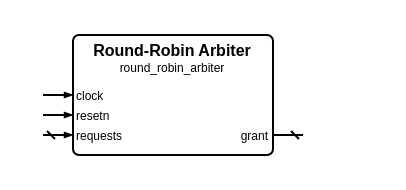
Above: sources/arbiter/round_robin_arbiter/round_robin_arbiter.symbol.drawio in Louis-DR/OmniCores-BuildingBlocks (draw.io), before the change. Source tidied: cells renumbered, new cells numbered last; positions are measured from the earlier drawing's top-left corner, leaving out a move shared by most shapes. Both pictures are drawn from the tidied source at 200%, with x=0, y=0 at pixel (42, 34).
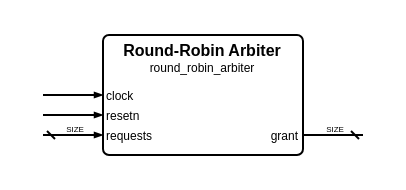
The same diagram, later.

The edit, as a diff of the source:
```diff
@@
 <mxGraphModel>
   <root>
     <mxCell id="0" />
     <mxCell id="1" parent="0" />
     <mxCell id="2" style="group;" parent="1" vertex="1">
-      <mxGeometry width="130" height="60" as="geometry" />
+      <mxGeometry width="160" height="60" as="geometry" />
     </mxCell>
     <mxCell id="3" style="rounded=1;arcSize=5;fillColor=none;strokeWidth=1;strokeColor=black;whiteSpace=wrap;html=1;" parent="2" vertex="1">
-      <mxGeometry x="15" width="100" height="60" as="geometry" />
+      <mxGeometry x="30" width="100" height="60" as="geometry" />
     </mxCell>
     <mxCell id="4" value="Round-Robin Arbiter" style="text;html=1;align=center;verticalAlign=middle;whiteSpace=wrap;rounded=0;fontSize=8;fontStyle=1;fontColor=black;" parent="2" vertex="1">
-      <mxGeometry x="15" y="7" width="100" as="geometry" />
+      <mxGeometry x="30" y="7" width="100" as="geometry" />
     </mxCell>
     <mxCell id="5" value="round_robin_arbiter" style="text;html=1;align=center;verticalAlign=middle;whiteSpace=wrap;rounded=0;fontSize=6;fontStyle=0;fontColor=black;" parent="2" vertex="1">
-      <mxGeometry x="15" y="16" width="100" as="geometry" />
+      <mxGeometry x="30" y="16" width="100" as="geometry" />
     </mxCell>
     <mxCell id="6" value="clock" style="text;html=1;align=left;verticalAlign=middle;whiteSpace=wrap;rounded=0;fontSize=6;fontStyle=0;fontColor=black;" parent="2" vertex="1">
-      <mxGeometry x="15" y="30" width="100" as="geometry" />
+      <mxGeometry x="30" y="30" width="100" as="geometry" />
     </mxCell>
     <mxCell id="7" style="html=1;rounded=1;strokeWidth=1;strokeColor=black;startFill=0;startSize=2;startArrow=none;endFill=1;endSize=2;endArrow=blockThin;sourcePerimeterSpacing=0;" parent="2" edge="1">
       <mxGeometry relative="1" as="geometry">
         <mxPoint y="30" as="sourcePoint" />
-        <mxPoint x="15" y="30" as="targetPoint" />
+        <mxPoint x="30" y="30" as="targetPoint" />
       </mxGeometry>
     </mxCell>
     <mxCell id="8" value="resetn" style="text;html=1;align=left;verticalAlign=middle;whiteSpace=wrap;rounded=0;fontSize=6;fontStyle=0;fontColor=black;" parent="2" vertex="1">
-      <mxGeometry x="15" y="40" width="100" as="geometry" />
+      <mxGeometry x="30" y="40" width="100" as="geometry" />
     </mxCell>
     <mxCell id="9" style="html=1;rounded=1;strokeWidth=1;strokeColor=black;startFill=0;startSize=2;startArrow=none;endFill=1;endSize=2;endArrow=blockThin;sourcePerimeterSpacing=0;" parent="2" edge="1">
       <mxGeometry relative="1" as="geometry">
         <mxPoint y="40" as="sourcePoint" />
-        <mxPoint x="15" y="40" as="targetPoint" />
+        <mxPoint x="30" y="40" as="targetPoint" />
       </mxGeometry>
     </mxCell>
     <mxCell id="10" value="requests" style="text;html=1;align=left;verticalAlign=middle;whiteSpace=wrap;rounded=0;fontSize=6;fontStyle=0;fontColor=black;" parent="2" vertex="1">
-      <mxGeometry x="15" y="50" width="100" as="geometry" />
+      <mxGeometry x="30" y="50" width="100" as="geometry" />
     </mxCell>
     <mxCell id="11" style="html=1;rounded=1;strokeWidth=1;strokeColor=black;startFill=0;startSize=2;startArrow=dash;endFill=1;endSize=2;endArrow=blockThin;sourcePerimeterSpacing=0;" parent="2" edge="1">
       <mxGeometry relative="1" as="geometry">
         <mxPoint y="50" as="sourcePoint" />
-        <mxPoint x="15" y="50" as="targetPoint" />
+        <mxPoint x="30" y="50" as="targetPoint" />
       </mxGeometry>
     </mxCell>
+    <mxCell id="14" value="SIZE" style="text;html=1;align=center;verticalAlign=middle;whiteSpace=nowrap;rounded=0;fontSize=4;fontStyle=0;fontColor=black;" parent="2" vertex="1">
+      <mxGeometry x="15" y="47" as="geometry" />
+    </mxCell>
     <mxCell id="12" value="grant" style="text;html=1;align=right;verticalAlign=middle;whiteSpace=wrap;rounded=0;fontSize=6;fontStyle=0;fontColor=black;" parent="2" vertex="1">
-      <mxGeometry x="15" y="50" width="100" as="geometry" />
+      <mxGeometry x="30" y="50" width="100" as="geometry" />
     </mxCell>
     <mxCell id="13" style="html=1;rounded=1;strokeWidth=1;strokeColor=black;startFill=0;startSize=2;startArrow=dash;endFill=1;endSize=2;endArrow=none;sourcePerimeterSpacing=0;" parent="2" edge="1">
       <mxGeometry relative="1" as="geometry">
-        <mxPoint x="130" y="50" as="sourcePoint" />
-        <mxPoint x="115" y="50" as="targetPoint" />
+        <mxPoint x="160" y="50" as="sourcePoint" />
+        <mxPoint x="130" y="50" as="targetPoint" />
       </mxGeometry>
     </mxCell>
+    <mxCell id="15" value="SIZE" style="text;html=1;align=center;verticalAlign=middle;whiteSpace=nowrap;rounded=0;fontSize=4;fontStyle=0;fontColor=black;" parent="2" vertex="1">
+      <mxGeometry x="145" y="47" as="geometry" />
+    </mxCell>
   </root>
 </mxGraphModel>
```
